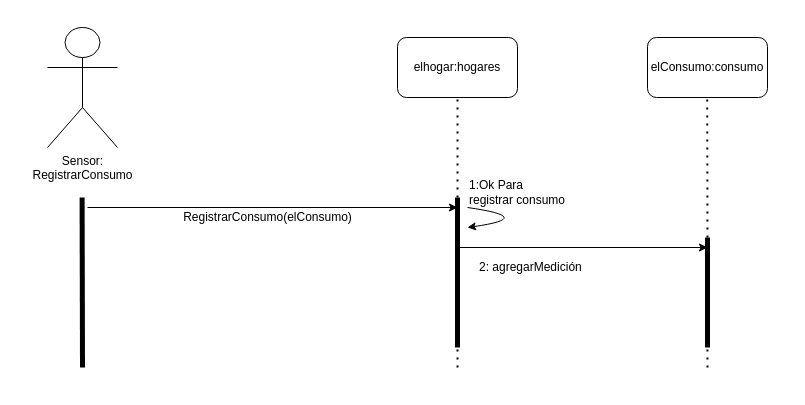
The draw.io diagram example.drawio in Segaretsu/diagramas, before the edit. Source tidied: cells renumbered, new cells numbered last; positions are measured from the earlier drawing's top-left corner, leaving out a move shared by most shapes. Both pictures are drawn from the tidied source at 100%, with x=0, y=0 at pixel (47, 27).
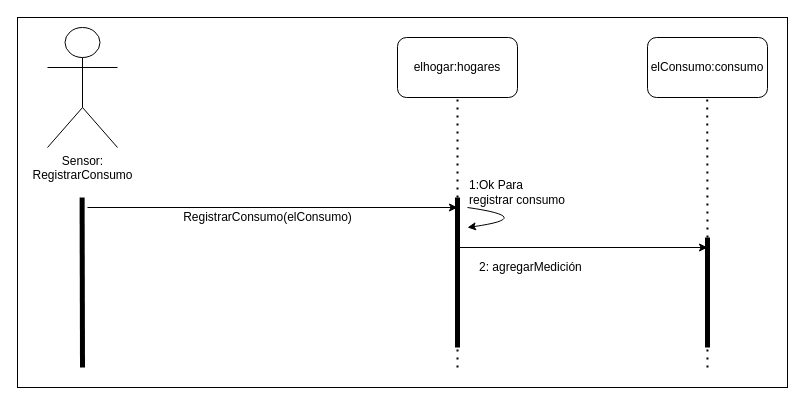
The same diagram, later.

Commit message (it also covers changes not shown here):
Se exporta diagrama - 06/09/2021, 08:47 p.m.

Change to the diagram source:
```diff
@@
+    <mxCell id="18" style="rounded=0;whiteSpace=wrap;html=1;" parent="1" vertex="1">
+      <mxGeometry x="-30" y="-10" width="770" height="370" as="geometry" />
+    </mxCell>
```
